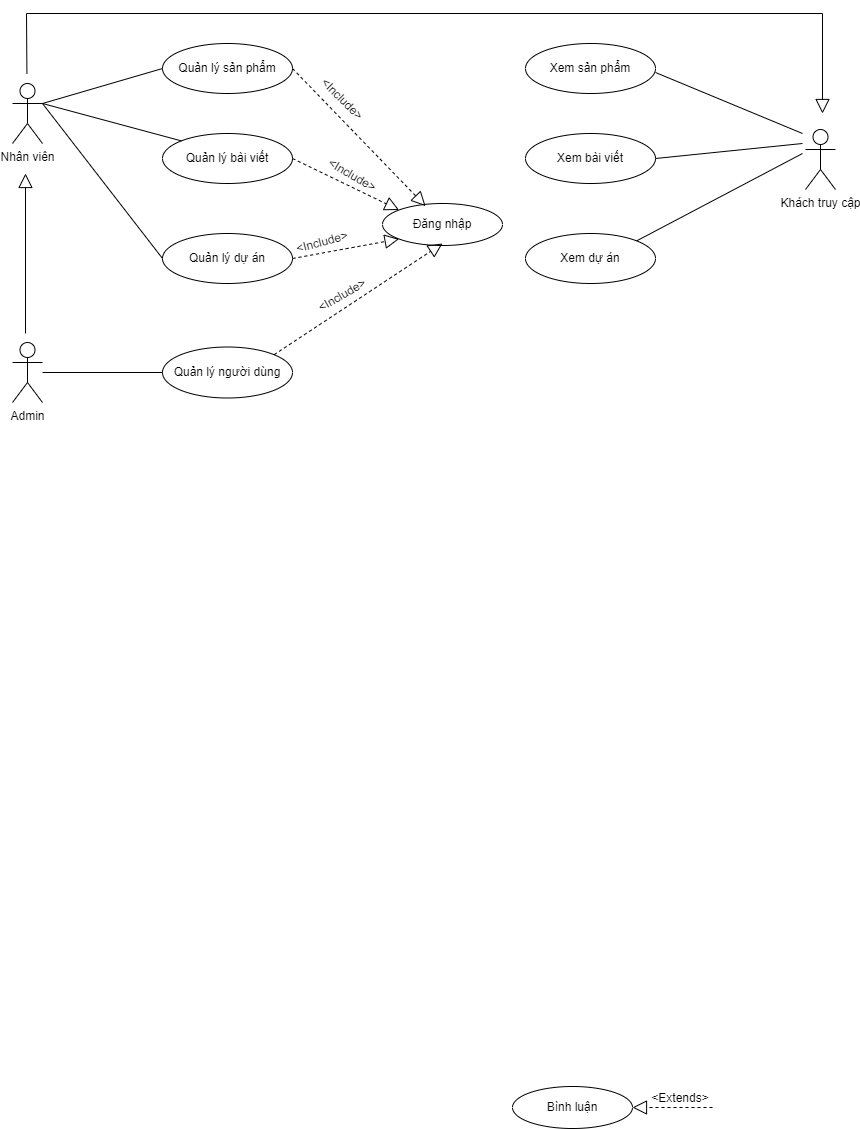
Before: UseCase.png, a diagram exported from draw.io (ChauCongTu/thiet-ke-linh-tinh). Source tidied: cells renumbered, new cells last; positions are measured from the earlier drawing's top-left corner, leaving out a move shared by most shapes.
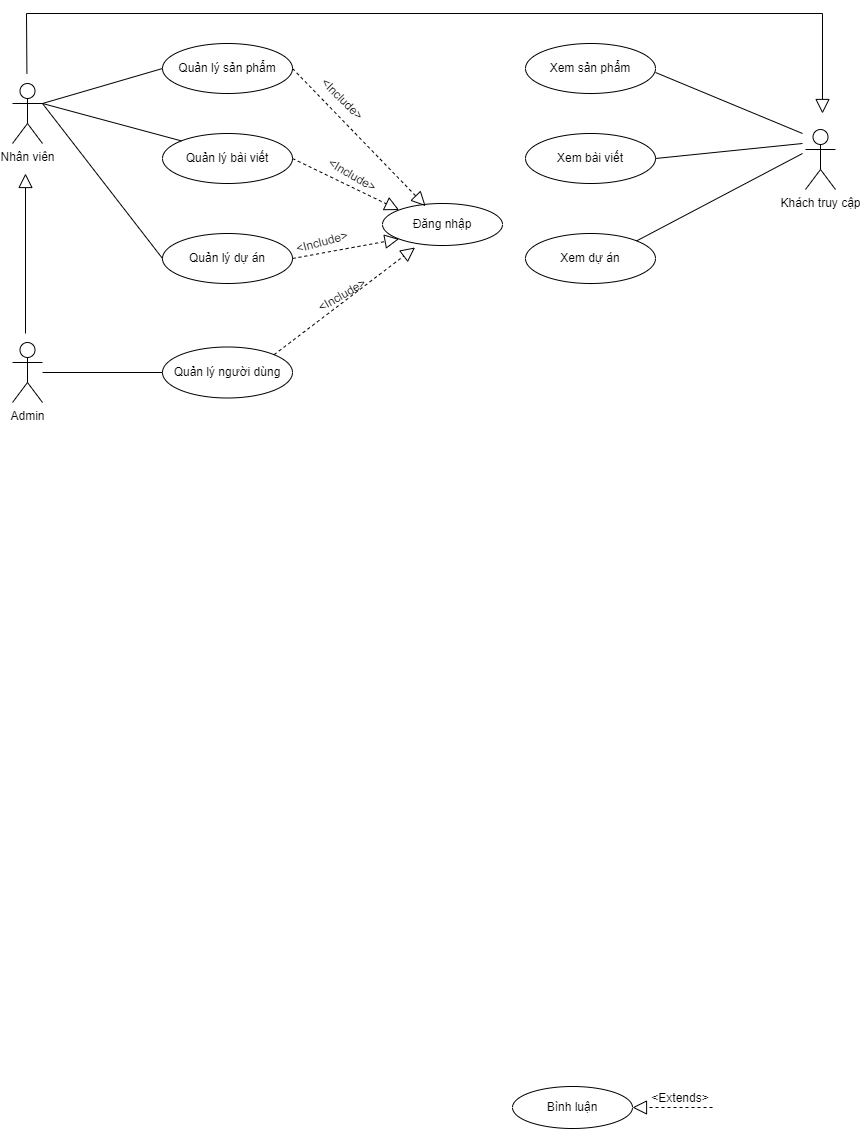
After the change.

Commit message:
Cập nhật UseCase.png

What changed in the source:
```diff
@@ -59,10 +59,8 @@
     <mxCell id="20" style="endArrow=block;dashed=1;endFill=0;endSize=12;html=1;rounded=0;entryX=0;entryY=1;entryDx=0;entryDy=0;exitX=1;exitY=0.5;exitDx=0;exitDy=0;fontStyle=1;" parent="1" edge="1" source="7" target="12">
       <mxGeometry relative="1" as="geometry" />
     </mxCell>
-    <mxCell id="21" style="endArrow=block;dashed=1;endFill=0;endSize=12;html=1;rounded=0;exitX=1;exitY=0;exitDx=0;exitDy=0;fontStyle=1;" parent="1" edge="1" source="8">
-      <mxGeometry relative="1" as="geometry">
-        <mxPoint x="430" y="230" as="targetPoint" />
-      </mxGeometry>
+    <mxCell id="21" style="endArrow=block;dashed=1;endFill=0;endSize=12;html=1;rounded=0;exitX=1;exitY=0;exitDx=0;exitDy=0;fontStyle=1;entryX=0.271;entryY=1.048;entryDx=0;entryDy=0;entryPerimeter=0;" parent="1" edge="1" source="8" target="12">
+      <mxGeometry relative="1" as="geometry" />
     </mxCell>
     <mxCell id="22" value="&amp;lt;Include&amp;gt;" style="text;html=1;strokeColor=none;fillColor=none;align=center;verticalAlign=middle;whiteSpace=wrap;rounded=0;rotation=-30;" parent="1" vertex="1">
       <mxGeometry x="300" y="267" width="60" height="30" as="geometry" />
```
